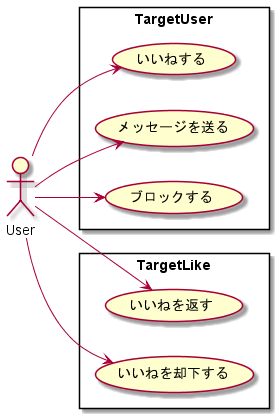
The PlantUML diagram out/documents/usercase_graph/usercase_graph.png in pistachio1000g/DDDWithTypeScript, before a commit.
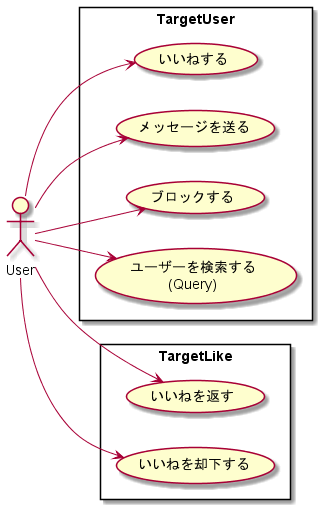
Above is the later version.

The edit, as a diff of the source:
```diff
@@ -5,6 +5,7 @@
     usecase "いいねする" as Like
     usecase "メッセージを送る" as SendMessage
     usecase "ブロックする" as Block
+    usecase "ユーザーを検索する\n(Query)" as SearchUser
 }
 
 rectangle TargetLike{
@@ -14,6 +15,7 @@
 User --> Like
 User --> SendMessage
 User --> Block
+User --> SearchUser
 
 User --> Matching
 User --> UnMatching
```
